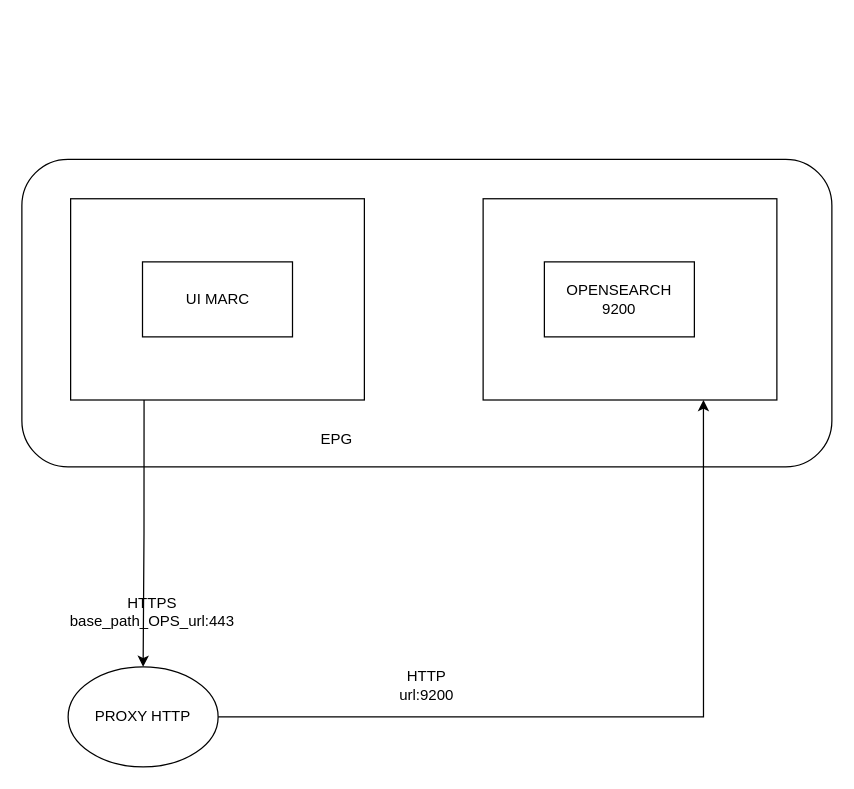
The draw.io diagram DOC/OSMOZ-IT.drawio in brunB/ELK, before the edit. Source tidied: cells renumbered, new cells numbered last; positions are measured from the earlier drawing's top-left corner, leaving out a move shared by most shapes. Both pictures are drawn from the tidied source at 125%, with x=0, y=0 at pixel (21, 159).
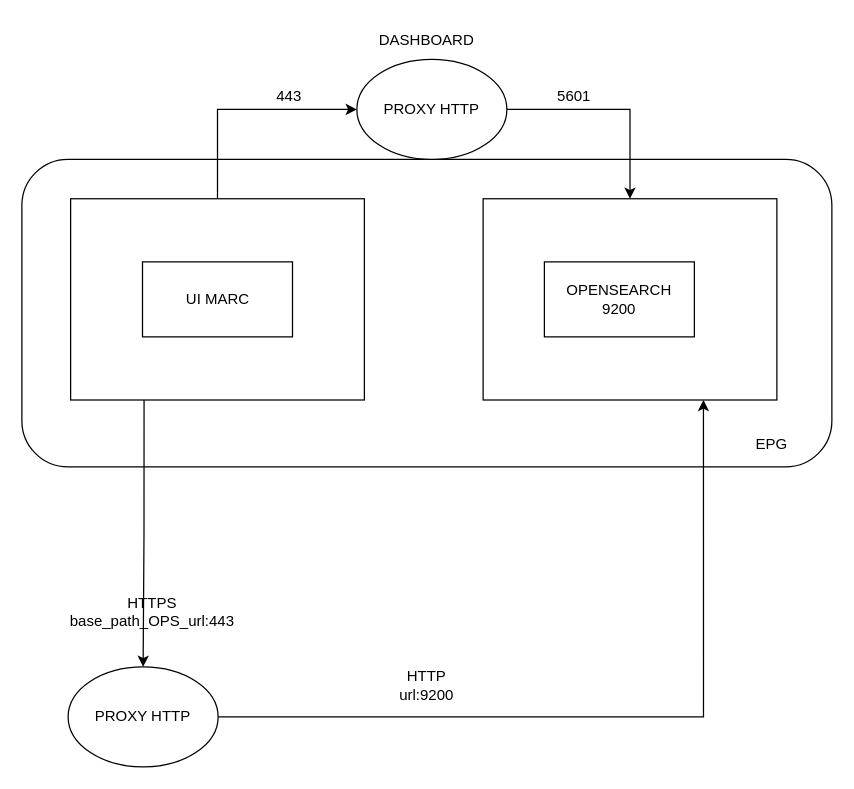
Above is the later version.

Commit message:
Mettre à jour OSMOZ-IT.drawio

Diff of the diagram source:
```diff
@@
 <mxGraphModel>
   <root>
     <mxCell id="0" />
     <mxCell id="1" parent="0" />
     <mxCell id="2" style="rounded=1;whiteSpace=wrap;html=1;roundedPerimeter=1;" parent="1" vertex="1">
       <mxGeometry width="648" height="246" as="geometry" />
     </mxCell>
     <mxCell id="3" style="edgeStyle=orthogonalEdgeStyle;rounded=0;jettySize=auto;html=1;exitX=0.25;exitY=1;exitDx=0;exitDy=0;entryX=0.5;entryY=0;entryDx=0;entryDy=0;" parent="1" edge="1" source="4" target="9">
       <mxGeometry relative="1" as="geometry" />
     </mxCell>
+    <mxCell id="13" style="edgeStyle=orthogonalEdgeStyle;rounded=0;jettySize=auto;html=1;exitX=0.5;exitY=0;exitDx=0;exitDy=0;entryX=0;entryY=0.5;entryDx=0;entryDy=0;" parent="1" edge="1" source="4" target="16">
+      <mxGeometry relative="1" as="geometry" />
+    </mxCell>
     <mxCell id="4" style="rounded=0;whiteSpace=wrap;html=1;" parent="1" vertex="1">
       <mxGeometry x="39" y="31.5" width="235" height="161" as="geometry" />
     </mxCell>
     <mxCell id="5" value="UI MARC" style="rounded=0;whiteSpace=wrap;html=1;" parent="1" vertex="1">
       <mxGeometry x="96.5" y="82" width="120" height="60" as="geometry" />
     </mxCell>
     <mxCell id="6" style="rounded=0;whiteSpace=wrap;html=1;" parent="1" vertex="1">
       <mxGeometry x="369" y="31.5" width="235" height="161" as="geometry" />
     </mxCell>
     <mxCell id="7" value="OPENSEARCH&lt;br&gt;9200" style="rounded=0;whiteSpace=wrap;html=1;" parent="1" vertex="1">
       <mxGeometry x="418" y="82" width="120" height="60" as="geometry" />
     </mxCell>
     <mxCell id="8" style="edgeStyle=orthogonalEdgeStyle;rounded=0;jettySize=auto;html=1;exitX=1;exitY=0.5;exitDx=0;exitDy=0;entryX=0.75;entryY=1;entryDx=0;entryDy=0;" parent="1" edge="1" source="9" target="6">
       <mxGeometry relative="1" as="geometry" />
     </mxCell>
     <mxCell id="9" value="PROXY HTTP" style="ellipse;whiteSpace=wrap;html=1;shapeInside=1;" parent="1" vertex="1">
       <mxGeometry x="37" y="406" width="120" height="80" as="geometry" />
     </mxCell>
     <mxCell id="10" value="EPG" style="text;html=1;whiteSpace=wrap;strokeColor=none;fillColor=none;align=center;verticalAlign=middle;rounded=0;" parent="1" vertex="1">
-      <mxGeometry x="222" y="209" width="60" height="30" as="geometry" />
+      <mxGeometry x="570" y="213" width="60" height="30" as="geometry" />
     </mxCell>
     <mxCell id="11" value="HTTPS base_path_OPS_url:443" style="text;html=1;whiteSpace=wrap;strokeColor=none;fillColor=none;align=center;verticalAlign=middle;rounded=0;" parent="1" vertex="1">
       <mxGeometry x="21" y="347" width="167" height="30" as="geometry" />
     </mxCell>
     <mxCell id="12" value="HTTP url:9200" style="text;html=1;whiteSpace=wrap;strokeColor=none;fillColor=none;align=center;verticalAlign=middle;rounded=0;" parent="1" vertex="1">
       <mxGeometry x="294" y="406" width="60" height="30" as="geometry" />
     </mxCell>
+    <mxCell id="14" value="DASHBOARD" style="text;html=1;whiteSpace=wrap;strokeColor=none;fillColor=none;align=center;verticalAlign=middle;rounded=0;" parent="1" vertex="1">
+      <mxGeometry x="294" y="-110" width="60" height="30" as="geometry" />
+    </mxCell>
+    <mxCell id="15" style="edgeStyle=orthogonalEdgeStyle;rounded=0;jettySize=auto;html=1;exitX=1;exitY=0.5;exitDx=0;exitDy=0;entryX=0.5;entryY=0;entryDx=0;entryDy=0;" parent="1" edge="1" source="16" target="6">
+      <mxGeometry relative="1" as="geometry" />
+    </mxCell>
+    <mxCell id="16" value="PROXY HTTP" style="ellipse;whiteSpace=wrap;html=1;shapeInside=1;" parent="1" vertex="1">
+      <mxGeometry x="268" y="-80" width="120" height="80" as="geometry" />
+    </mxCell>
+    <mxCell id="17" value="443" style="text;html=1;whiteSpace=wrap;strokeColor=none;fillColor=none;align=center;verticalAlign=middle;rounded=0;" parent="1" vertex="1">
+      <mxGeometry x="184" y="-65" width="60" height="30" as="geometry" />
+    </mxCell>
+    <mxCell id="18" value="5601" style="text;html=1;whiteSpace=wrap;strokeColor=none;fillColor=none;align=center;verticalAlign=middle;rounded=0;" parent="1" vertex="1">
+      <mxGeometry x="412" y="-65" width="60" height="30" as="geometry" />
+    </mxCell>
   </root>
 </mxGraphModel>
```
